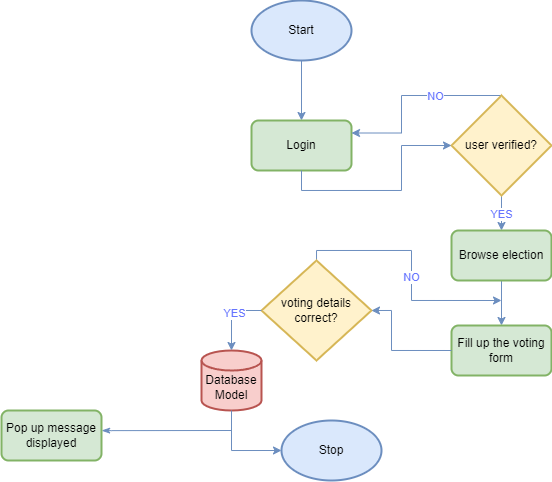
Earlier version of the draw.io export deliverables/assets/flowchart/popup.png (WSU-cshimizu/ceg4110-group-project-code-crafters). Source tidied: cells renumbered, new cells last; positions are measured from the earlier drawing's top-left corner, leaving out a move shared by most shapes.
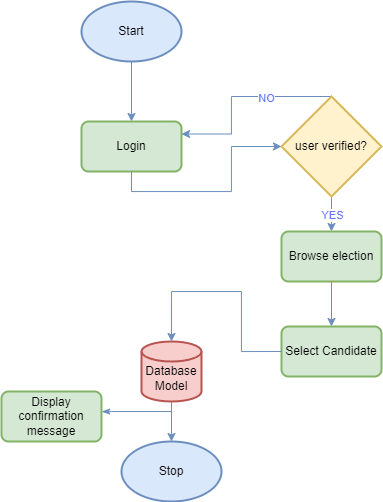
Above is the later version.

The edit, as a diff of the source:
```diff
@@ -46,59 +46,37 @@
     <mxCell id="12" value="Browse election" style="rounded=1;whiteSpace=wrap;html=1;absoluteArcSize=1;arcSize=14;strokeWidth=2;fillColor=#d5e8d4;strokeColor=#82b366;" parent="1" vertex="1">
       <mxGeometry x="450" y="230" width="100" height="50" as="geometry" />
     </mxCell>
-    <mxCell id="13" value="Fill up the voting form" style="rounded=1;whiteSpace=wrap;html=1;absoluteArcSize=1;arcSize=14;strokeWidth=2;fillColor=#d5e8d4;strokeColor=#82b366;" parent="1" vertex="1">
+    <mxCell id="13" value="Select Candidate" style="rounded=1;whiteSpace=wrap;html=1;absoluteArcSize=1;arcSize=14;strokeWidth=2;fillColor=#d5e8d4;strokeColor=#82b366;" parent="1" vertex="1">
       <mxGeometry x="450" y="325" width="100" height="50" as="geometry" />
     </mxCell>
-    <mxCell id="14" style="edgeStyle=orthogonalEdgeStyle;rounded=0;jettySize=auto;html=1;exitX=0.518;exitY=0.029;exitDx=0;exitDy=0;exitPerimeter=0;fillColor=#dae8fc;strokeColor=#6c8ebf;" parent="1" edge="1" source="16">
-      <mxGeometry relative="1" as="geometry">
-        <mxPoint x="500" y="300" as="targetPoint" />
-        <Array as="points">
-          <mxPoint x="315" y="263" />
-          <mxPoint x="315" y="250" />
-          <mxPoint x="410" y="250" />
-          <mxPoint x="410" y="300" />
-        </Array>
-      </mxGeometry>
-    </mxCell>
-    <mxCell id="15" value="&lt;font color=&quot;#6675ff&quot;&gt;NO&lt;/font&gt;" style="edgeLabel;html=1;align=center;verticalAlign=middle;" parent="14" vertex="1">
-      <mxGeometry x="0.09" relative="1" as="geometry" />
-    </mxCell>
-    <mxCell id="16" value="voting details correct?" style="strokeWidth=2;html=1;shape=mxgraph.flowchart.decision;whiteSpace=wrap;fillColor=#fff2cc;strokeColor=#d6b656;" parent="1" vertex="1">
-      <mxGeometry x="260" y="260" width="110" height="100" as="geometry" />
-    </mxCell>
-    <mxCell id="17" style="edgeStyle=orthogonalEdgeStyle;rounded=0;jettySize=auto;html=1;exitX=0;exitY=0.5;exitDx=0;exitDy=0;entryX=1;entryY=0.5;entryDx=0;entryDy=0;entryPerimeter=0;fillColor=#dae8fc;strokeColor=#6c8ebf;" parent="1" edge="1" source="13" target="16">
+    <mxCell id="17" style="edgeStyle=orthogonalEdgeStyle;rounded=0;jettySize=auto;html=1;exitX=0;exitY=0.5;exitDx=0;exitDy=0;entryX=0.5;entryY=0;entryDx=0;entryDy=0;entryPerimeter=0;fillColor=#dae8fc;strokeColor=#6c8ebf;" parent="1" edge="1" source="13" target="18">
       <mxGeometry relative="1" as="geometry">
         <Array as="points">
-          <mxPoint x="390" y="350" />
-          <mxPoint x="390" y="310" />
+          <mxPoint x="410" y="350" />
+          <mxPoint x="410" y="290" />
+          <mxPoint x="340" y="290" />
         </Array>
       </mxGeometry>
     </mxCell>
     <mxCell id="18" value="&lt;div&gt;&lt;br&gt;&lt;/div&gt;Database&lt;div&gt;Model&lt;/div&gt;" style="strokeWidth=2;html=1;shape=mxgraph.flowchart.database;whiteSpace=wrap;fillColor=#f8cecc;strokeColor=#b85450;" parent="1" vertex="1">
-      <mxGeometry x="200" y="350" width="60" height="60" as="geometry" />
+      <mxGeometry x="310" y="340" width="60" height="60" as="geometry" />
     </mxCell>
-    <mxCell id="19" style="edgeStyle=orthogonalEdgeStyle;rounded=0;jettySize=auto;html=1;exitX=0;exitY=0.5;exitDx=0;exitDy=0;exitPerimeter=0;entryX=0.5;entryY=0;entryDx=0;entryDy=0;entryPerimeter=0;fillColor=#dae8fc;strokeColor=#6c8ebf;" parent="1" edge="1" source="16" target="18">
-      <mxGeometry relative="1" as="geometry" />
-    </mxCell>
-    <mxCell id="20" value="&lt;font&gt;YES&lt;/font&gt;" style="edgeLabel;html=1;align=center;verticalAlign=middle;fontColor=#6675FF;" parent="19" vertex="1">
-      <mxGeometry x="-0.05" y="3" relative="1" as="geometry" />
-    </mxCell>
     <mxCell id="21" value="Stop" style="strokeWidth=2;html=1;shape=mxgraph.flowchart.start_1;whiteSpace=wrap;fillColor=#dae8fc;strokeColor=#6c8ebf;" parent="1" vertex="1">
-      <mxGeometry x="280" y="420" width="100" height="60" as="geometry" />
+      <mxGeometry x="290" y="440" width="100" height="60" as="geometry" />
     </mxCell>
-    <mxCell id="22" style="edgeStyle=orthogonalEdgeStyle;rounded=0;jettySize=auto;html=1;exitX=0.5;exitY=1;exitDx=0;exitDy=0;exitPerimeter=0;entryX=0;entryY=0.5;entryDx=0;entryDy=0;entryPerimeter=0;fillColor=#dae8fc;strokeColor=#6c8ebf;" parent="1" edge="1" source="18" target="21">
+    <mxCell id="22" style="edgeStyle=orthogonalEdgeStyle;rounded=0;jettySize=auto;html=1;exitX=0.5;exitY=1;exitDx=0;exitDy=0;exitPerimeter=0;entryX=0.5;entryY=0;entryDx=0;entryDy=0;entryPerimeter=0;fillColor=#dae8fc;strokeColor=#6c8ebf;" parent="1" edge="1" source="18" target="21">
       <mxGeometry relative="1" as="geometry" />
     </mxCell>
     <mxCell id="23" style="edgeStyle=orthogonalEdgeStyle;rounded=0;jettySize=auto;html=1;exitX=1.001;exitY=0.402;exitDx=0;exitDy=0;exitPerimeter=0;endArrow=none;endFill=0;startArrow=classicThin;startFill=1;strokeColor=#6C8EBF;" parent="1" edge="1" source="24">
       <mxGeometry relative="1" as="geometry">
-        <mxPoint x="230" y="430" as="targetPoint" />
+        <mxPoint x="340" y="410" as="targetPoint" />
         <Array as="points">
-          <mxPoint x="110" y="430" />
+          <mxPoint x="280" y="410" />
         </Array>
       </mxGeometry>
     </mxCell>
-    <mxCell id="24" value="Pop up message displayed" style="rounded=1;whiteSpace=wrap;html=1;absoluteArcSize=1;arcSize=14;strokeWidth=2;fillColor=#d5e8d4;strokeColor=#82b366;" parent="1" vertex="1">
-      <mxGeometry y="410" width="100" height="50" as="geometry" />
+    <mxCell id="24" value="Display confirmation message" style="rounded=1;whiteSpace=wrap;html=1;absoluteArcSize=1;arcSize=14;strokeWidth=2;fillColor=#d5e8d4;strokeColor=#82b366;" parent="1" vertex="1">
+      <mxGeometry x="170" y="390" width="100" height="50" as="geometry" />
     </mxCell>
   </root>
 </mxGraphModel>
```
